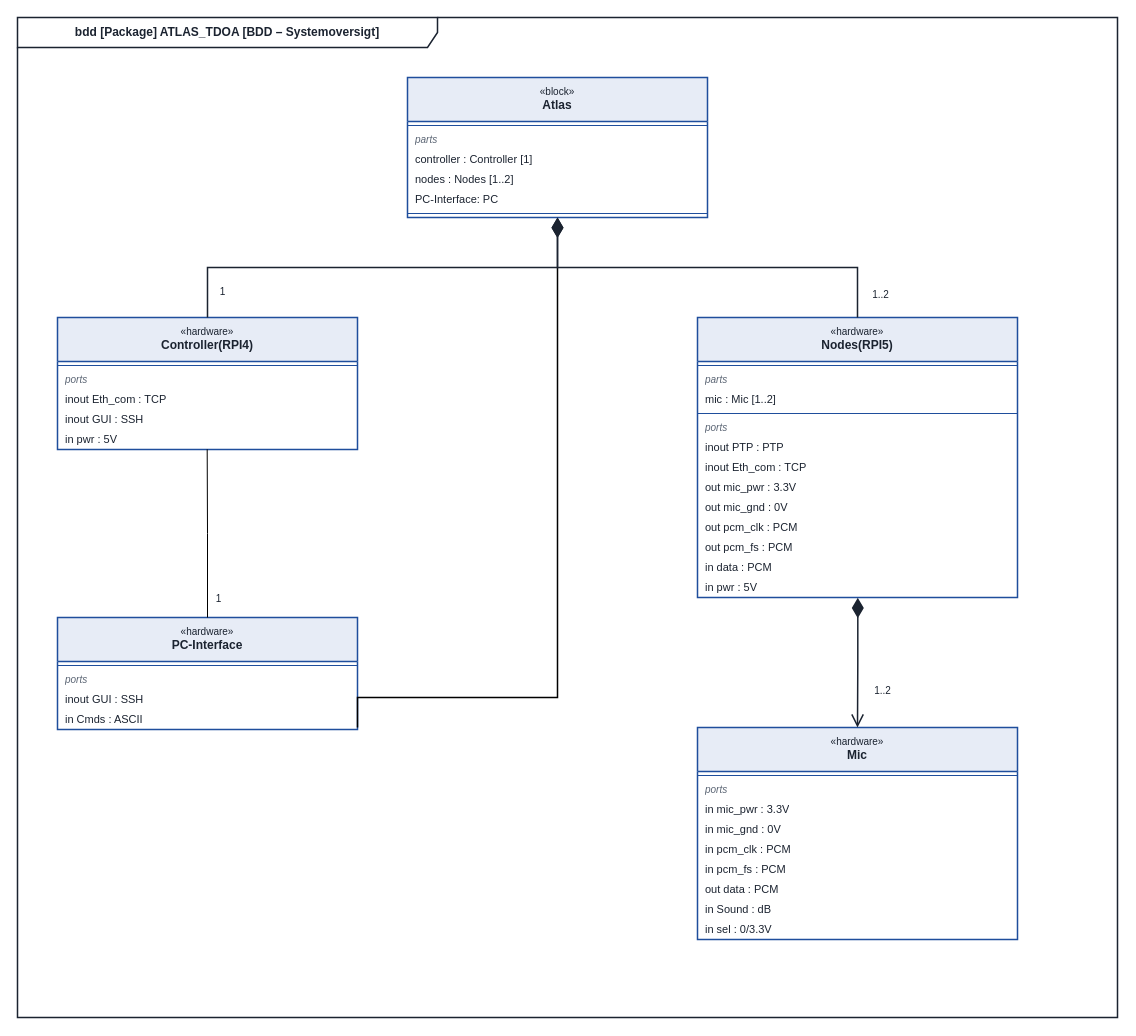
ViktorFoerrisdahl/SW3PRJ3_5 keeps this draw.io diagram as page "BDD-ATLAS" (1 of 2) of docs/construction/BDD-ATLAS.drawio. Above is the earlier version. Source tidied: cells renumbered, new cells numbered last; positions are measured from the earlier drawing's top-left corner, leaving out a move shared by most shapes. Both pictures are drawn from the tidied source at 100%, with x=0, y=0 at pixel (17, 17).
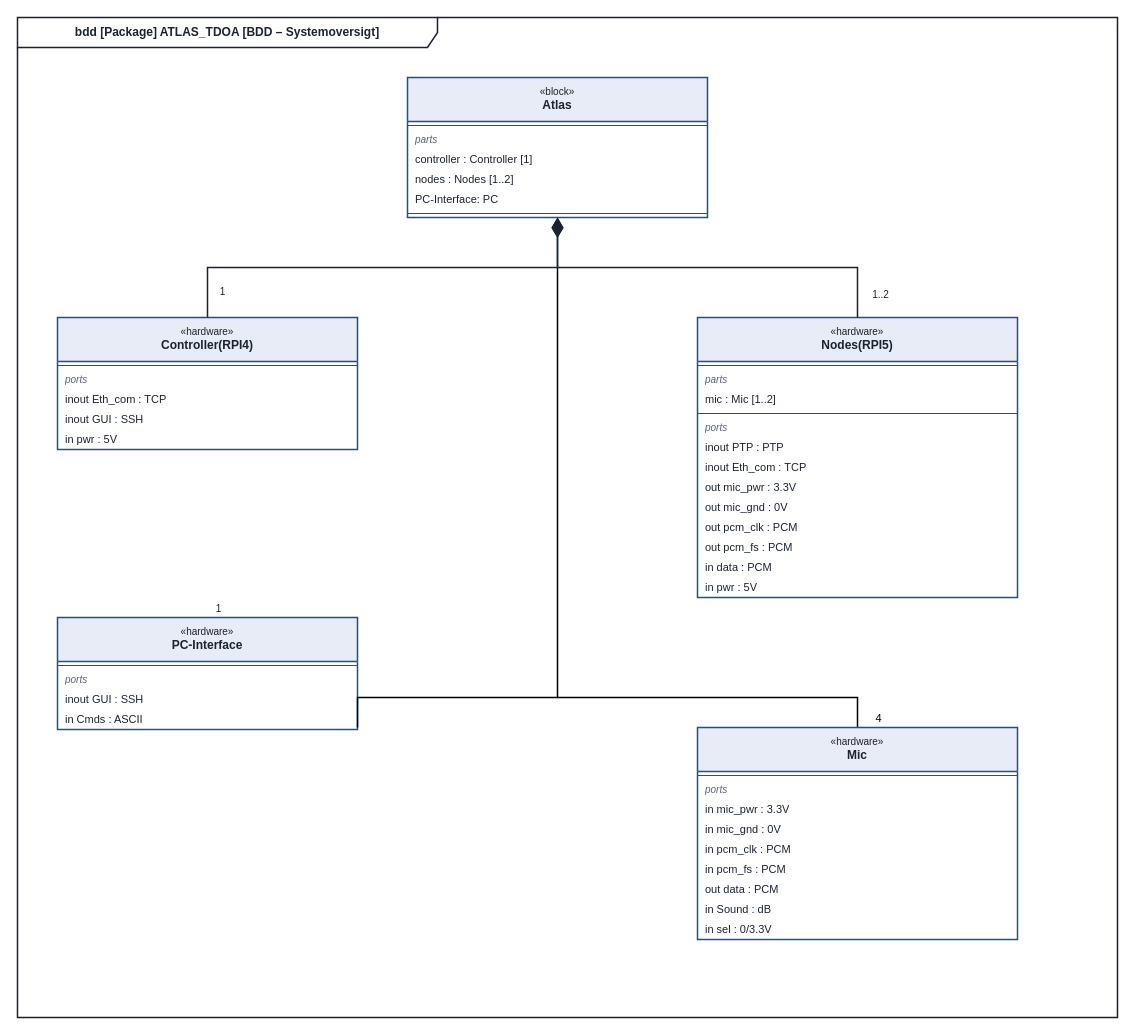
The same page after the edit.

Commit message:
Every block point to Atlas - BDD-ATLAS.drawio

The change refers to these unchanged cells:
```xml
<mxCell id="15" value="in pwr : 5V" style="text;strokeColor=none;fillColor=none;align=left;verticalAlign=middle;spacingLeft=6;spacingRight=4;overflow=hidden;points=[[0,0.5],[1,0.5]];portConstraint=eastwest;whiteSpace=wrap;html=1;fontSize=11;fontColor=#1b2330;" parent="10" vertex="1">
  <mxGeometry y="112" width="300" height="20" as="geometry" />
</mxCell>
<mxCell id="29" value="in pwr : 5V" style="text;strokeColor=none;fillColor=none;align=left;verticalAlign=middle;spacingLeft=6;spacingRight=4;overflow=hidden;points=[[0,0.5],[1,0.5]];portConstraint=eastwest;whiteSpace=wrap;html=1;fontSize=11;fontColor=#1b2330;" parent="16" vertex="1">
  <mxGeometry y="260" width="320" height="20" as="geometry" />
</mxCell>
<mxCell id="30" value="&lt;font style=&quot;font-size:10px&quot;&gt;«hardware»&lt;/font&gt;&lt;br&gt;&lt;b&gt;PC-Interface&lt;/b&gt;" style="swimlane;fontStyle=0;align=center;verticalAlign=top;horizontal=1;startSize=44;html=1;whiteSpace=wrap;fontSize=12;fontColor=#1b2330;fillColor=#e7ecf6;strokeColor=#1f4e9c;swimlaneFillColor=#ffffff;strokeWidth=1.5;" parent="1" vertex="1">
  <mxGeometry x="40" y="600" width="300" height="112" as="geometry" />
</mxCell>
<mxCell id="36" value="&lt;font style=&quot;font-size:10px&quot;&gt;«hardware»&lt;/font&gt;&lt;br&gt;&lt;b&gt;Mic&lt;/b&gt;" style="swimlane;fontStyle=0;align=center;verticalAlign=top;horizontal=1;startSize=44;html=1;whiteSpace=wrap;fontSize=12;fontColor=#1b2330;fillColor=#e7ecf6;strokeColor=#1f4e9c;swimlaneFillColor=#ffffff;strokeWidth=1.5;" parent="1" vertex="1">
  <mxGeometry x="680" y="710" width="320" height="212" as="geometry" />
</mxCell>
<mxCell id="46" style="endArrow=none;startArrow=diamondThin;startFill=1;startSize=16;html=1;edgeStyle=orthogonalEdgeStyle;rounded=0;strokeColor=#1b2330;strokeWidth=1.5;exitX=0.5;exitY=1;entryX=0.5;entryY=0;" parent="1" edge="1" source="3" target="10">
  <mxGeometry relative="1" as="geometry" />
</mxCell>
```

What changed in the source:
```diff
@@
+    <mxCell id="54" style="edgeStyle=orthogonalEdgeStyle;rounded=0;jettySize=auto;html=1;defaultLabelBackgroundColor=page;endArrow=none;endFill=0;strokeWidth=1.5;" parent="1" edge="1" source="36">
+      <mxGeometry relative="1" as="geometry">
+        <mxPoint x="540" y="680" as="targetPoint" />
+        <Array as="points">
+          <mxPoint x="840" y="680" />
+        </Array>
+      </mxGeometry>
+    </mxCell>
+    <mxCell id="55" value="4" style="edgeLabel;html=1;align=center;verticalAlign=middle;inheritText=1;defaultLabelBackgroundColor=page;" parent="54" vertex="1">
+      <mxGeometry x="-0.8" y="1" relative="1" as="geometry">
+        <mxPoint x="23" y="19" as="offset" />
+      </mxGeometry>
+    </mxCell>
@@
     <mxCell id="48" value="1" style="edgeLabel;html=1;align=center;verticalAlign=middle;fontSize=10;fontColor=#1b2330;labelBackgroundColor=none;" parent="46" vertex="1">
       <mxGeometry x="0.88" relative="1" as="geometry">
-        <mxPoint x="10" y="307" as="offset" />
+        <mxPoint x="10" y="317" as="offset" />
       </mxGeometry>
     </mxCell>
@@
-    <mxCell id="51" style="endArrow=open;endFill=0;endSize=10;startArrow=diamondThin;startFill=1;startSize=16;html=1;edgeStyle=orthogonalEdgeStyle;rounded=0;strokeColor=#1b2330;strokeWidth=1.5;entryX=0.5;entryY=0;exitX=0.501;exitY=1.014;exitDx=0;exitDy=0;exitPerimeter=0;" parent="1" edge="1" source="29" target="36">
-      <mxGeometry relative="1" as="geometry" />
-    </mxCell>
-    <mxCell id="52" value="1..2" style="edgeLabel;html=1;align=center;verticalAlign=middle;fontSize=10;fontColor=#1b2330;labelBackgroundColor=none;" parent="51" vertex="1">
-      <mxGeometry x="0.43" relative="1" as="geometry">
-        <mxPoint x="24" as="offset" />
-      </mxGeometry>
-    </mxCell>
-    <mxCell id="53" style="edgeStyle=orthogonalEdgeStyle;rounded=0;jettySize=auto;html=1;entryX=0.499;entryY=0.99;entryDx=0;entryDy=0;entryPerimeter=0;defaultLabelBackgroundColor=page;endArrow=none;endFill=0;" parent="1" edge="1" source="30" target="15">
-      <mxGeometry relative="1" as="geometry" />
-    </mxCell>
```
